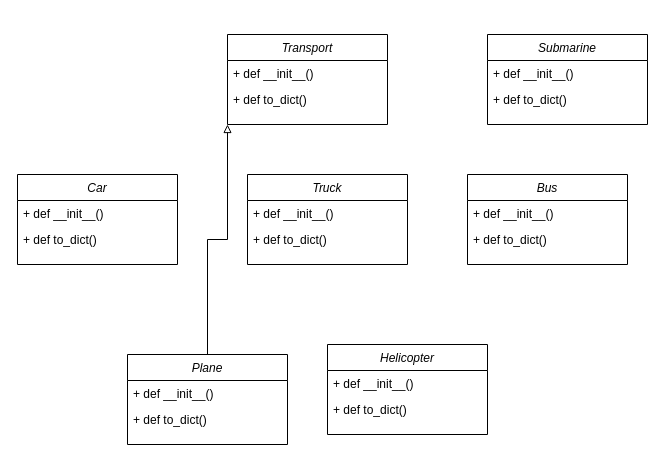
Earlier version of the draw.io diagram Диаграмма без названия.drawio (Stakan13/laba1). Source tidied: cells renumbered, new cells numbered last; positions are measured from the earlier drawing's top-left corner, leaving out a move shared by most shapes. Both pictures are drawn from the tidied source at 100%, with x=0, y=0 at pixel (17, 34).
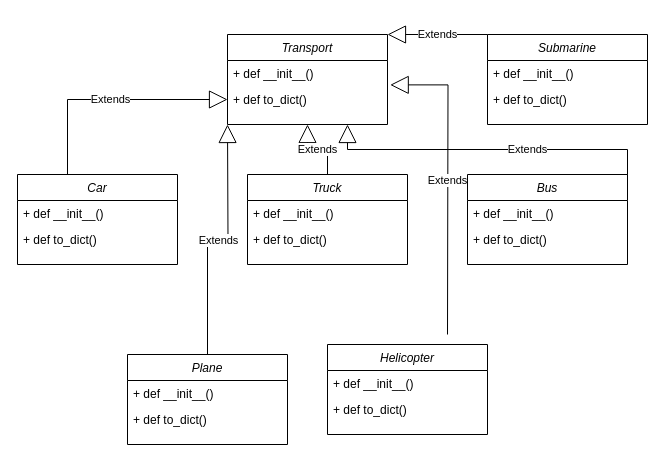
The same page after the edit.

The change refers to these unchanged cells:
```xml
<mxCell id="2" value="Transport" style="swimlane;fontStyle=2;align=center;verticalAlign=top;horizontal=1;startSize=26;rounded=0;shadow=0;strokeWidth=1;" parent="1" vertex="1">
  <mxGeometry x="210" width="160" height="90" as="geometry" />
</mxCell>
<mxCell id="4" value="+ def to_dict()" style="text;align=left;verticalAlign=top;spacingLeft=4;spacingRight=4;overflow=hidden;points=[[0,0.5],[1,0.5]];portConstraint=eastwest;rounded=0;shadow=0;html=0;" parent="2" vertex="1">
  <mxGeometry y="52" width="160" height="26" as="geometry" />
</mxCell>
<mxCell id="8" value="Truck" style="swimlane;fontStyle=2;align=center;verticalAlign=top;horizontal=1;startSize=26;rounded=0;shadow=0;strokeWidth=1;" parent="1" vertex="1">
  <mxGeometry x="230" y="140" width="160" height="90" as="geometry" />
</mxCell>
<mxCell id="11" value="Bus" style="swimlane;fontStyle=2;align=center;verticalAlign=top;horizontal=1;startSize=26;rounded=0;shadow=0;strokeWidth=1;" parent="1" vertex="1">
  <mxGeometry x="450" y="140" width="160" height="90" as="geometry" />
</mxCell>
<mxCell id="15" value="Plane" style="swimlane;fontStyle=2;align=center;verticalAlign=top;horizontal=1;startSize=26;rounded=0;shadow=0;strokeWidth=1;" parent="1" vertex="1">
  <mxGeometry x="110" y="320" width="160" height="90" as="geometry" />
</mxCell>
<mxCell id="21" value="Submarine" style="swimlane;fontStyle=2;align=center;verticalAlign=top;horizontal=1;startSize=26;rounded=0;shadow=0;strokeWidth=1;" parent="1" vertex="1">
  <mxGeometry x="470" width="160" height="90" as="geometry" />
</mxCell>
```

The edit, as a diff of the source:
```diff
@@
-    <mxCell id="14" style="edgeStyle=orthogonalEdgeStyle;rounded=0;jettySize=auto;html=1;exitX=0.5;exitY=0;exitDx=0;exitDy=0;entryX=0;entryY=1;entryDx=0;entryDy=0;endArrow=block;endFill=0;" parent="1" edge="1" source="15" target="2">
-      <mxGeometry relative="1" as="geometry" />
-    </mxCell>
@@
+    <mxCell id="24" value="Extends" style="endArrow=block;endSize=16;endFill=0;html=1;rounded=0;exitX=0.5;exitY=0;exitDx=0;exitDy=0;edgeStyle=orthogonalEdgeStyle;" parent="1" edge="1" source="15">
+      <mxGeometry relative="1" as="geometry">
+        <mxPoint x="210" y="90" as="targetPoint" />
+      </mxGeometry>
+    </mxCell>
+    <mxCell id="25" value="Extends" style="endArrow=block;endSize=16;endFill=0;html=1;rounded=0;exitX=0.5;exitY=0;exitDx=0;exitDy=0;edgeStyle=orthogonalEdgeStyle;entryX=0;entryY=0.5;entryDx=0;entryDy=0;" parent="1" edge="1" target="4">
+      <mxGeometry relative="1" as="geometry">
+        <mxPoint x="50" y="140" as="sourcePoint" />
+        <Array as="points">
+          <mxPoint x="50" y="65" />
+        </Array>
+      </mxGeometry>
+    </mxCell>
+    <mxCell id="26" value="Extends" style="endArrow=block;endSize=16;endFill=0;html=1;rounded=0;entryX=0.5;entryY=1;entryDx=0;entryDy=0;exitX=0.5;exitY=0;exitDx=0;exitDy=0;edgeStyle=orthogonalEdgeStyle;" parent="1" edge="1" source="8" target="2">
+      <mxGeometry relative="1" as="geometry" />
+    </mxCell>
+    <mxCell id="27" value="Extends" style="endArrow=block;endSize=16;endFill=0;html=1;rounded=0;entryX=1;entryY=0;entryDx=0;entryDy=0;exitX=0;exitY=0;exitDx=0;exitDy=0;" parent="1" edge="1" source="21" target="2">
+      <mxGeometry relative="1" as="geometry" />
+    </mxCell>
+    <mxCell id="28" value="Extends" style="endArrow=block;endSize=16;endFill=0;html=1;rounded=0;entryX=1.017;entryY=-0.062;entryDx=0;entryDy=0;edgeStyle=orthogonalEdgeStyle;entryPerimeter=0;" parent="1" edge="1" target="4">
+      <mxGeometry relative="1" as="geometry">
+        <mxPoint x="430" y="300" as="sourcePoint" />
+      </mxGeometry>
+    </mxCell>
+    <mxCell id="29" value="Extends" style="endArrow=block;endSize=16;endFill=0;html=1;rounded=0;edgeStyle=orthogonalEdgeStyle;entryX=0.75;entryY=1;entryDx=0;entryDy=0;exitX=0.5;exitY=0;exitDx=0;exitDy=0;" parent="1" edge="1" source="11" target="2">
+      <mxGeometry relative="1" as="geometry">
+        <Array as="points">
+          <mxPoint x="610" y="140" />
+          <mxPoint x="610" y="115" />
+          <mxPoint x="330" y="115" />
+        </Array>
+      </mxGeometry>
+    </mxCell>
```
